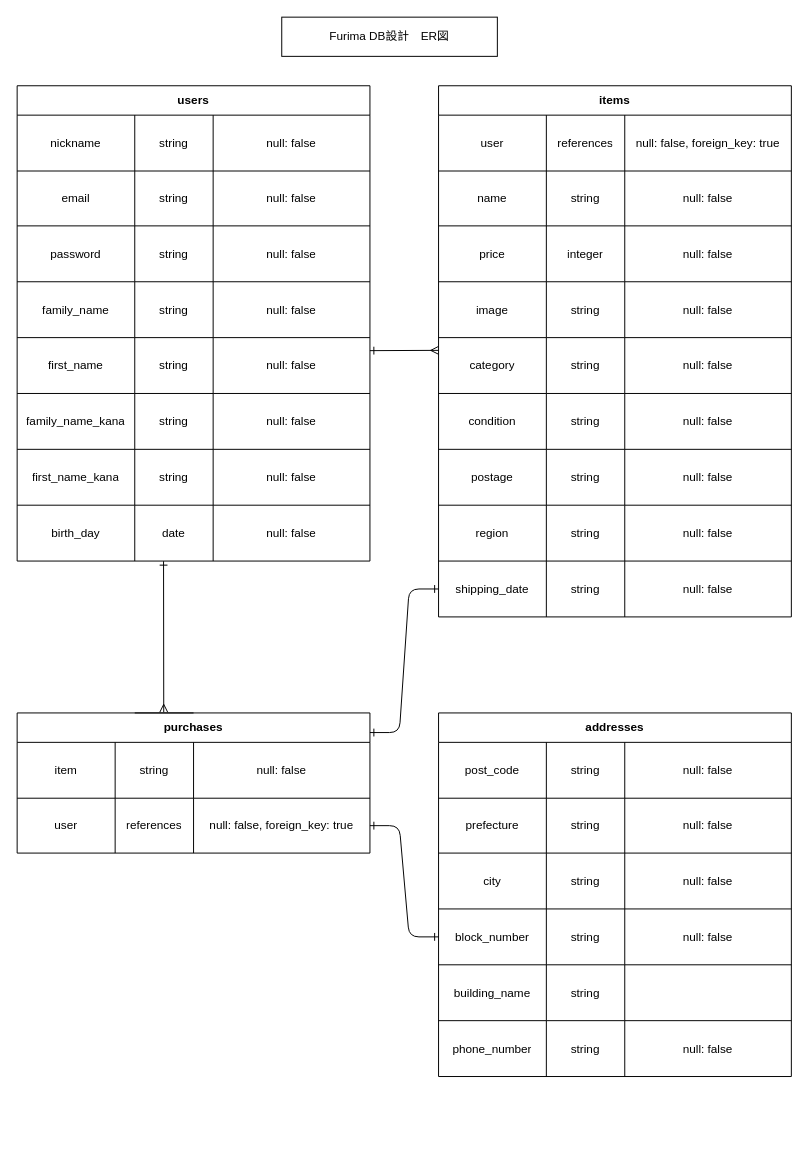
yudai-1/furima-30611 keeps this draw.io diagram as furima.dio. Above is the earlier version. Source tidied: cells renumbered, new cells numbered last; positions are measured from the earlier drawing's top-left corner, leaving out a move shared by most shapes. Both pictures are drawn from the tidied source at 98%, with x=0, y=0 at pixel (17, 17).
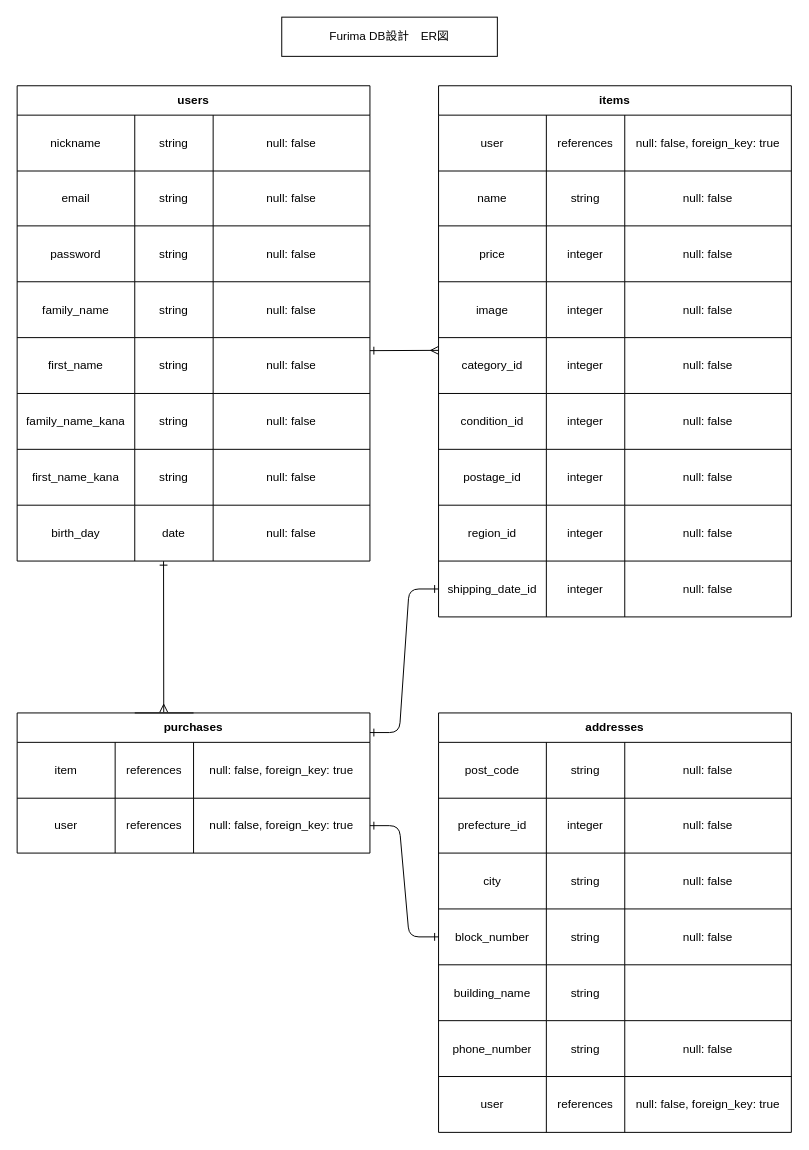
The same diagram, later.

Commit message (it also covers changes not shown here):
データベース設計訂正

The change refers to these unchanged cells:
```xml
<mxCell id="16" style="shape=partialRectangle;html=1;whiteSpace=wrap;fillColor=none;top=0;left=0;bottom=0;right=0;" parent="3" vertex="1">
  <mxGeometry y="200" width="360" height="57" as="geometry" />
</mxCell>
<mxCell id="20" style="shape=partialRectangle;html=1;whiteSpace=wrap;fillColor=none;top=0;left=0;bottom=0;right=0;" parent="3" vertex="1">
  <mxGeometry y="257" width="360" height="57" as="geometry" />
</mxCell>
<mxCell id="24" style="shape=partialRectangle;html=1;whiteSpace=wrap;fillColor=none;top=0;left=0;bottom=0;right=0;" parent="3" vertex="1">
  <mxGeometry y="314" width="360" height="57" as="geometry" />
</mxCell>
<mxCell id="28" style="shape=partialRectangle;html=1;whiteSpace=wrap;fillColor=none;top=0;left=0;bottom=0;right=0;" parent="3" vertex="1">
  <mxGeometry y="371" width="360" height="57" as="geometry" />
</mxCell>
<mxCell id="32" style="shape=partialRectangle;html=1;whiteSpace=wrap;fillColor=none;top=0;left=0;bottom=0;right=0;" parent="3" vertex="1">
  <mxGeometry y="428" width="360" height="57" as="geometry" />
</mxCell>
<mxCell id="36" style="shape=partialRectangle;html=1;whiteSpace=wrap;fillColor=none;top=0;left=0;bottom=0;right=0;points=[[0,0.5],[1,0.5]];portConstraint=eastwest;" parent="3" vertex="1">
  <mxGeometry y="485" width="360" height="57" as="geometry" />
</mxCell>
<mxCell id="74" style="shape=partialRectangle;html=1;whiteSpace=wrap;fillColor=none;top=0;left=0;bottom=0;right=0;" parent="73" vertex="1">
  <mxGeometry y="30" width="360" height="57" as="geometry" />
</mxCell>
<mxCell id="87" style="shape=partialRectangle;html=1;whiteSpace=wrap;fillColor=none;top=0;left=0;bottom=0;right=0;" parent="82" vertex="1">
  <mxGeometry y="87" width="360" height="56" as="geometry" />
</mxCell>
```

The edit, as a diff of the source:
```diff
@@
-    <mxCell id="18" value="&lt;span&gt;string&lt;/span&gt;" style="shape=partialRectangle;html=1;whiteSpace=wrap;fillColor=none;top=0;left=0;bottom=0;right=0;overflow=hidden;" parent="16" vertex="1">
+    <mxCell id="18" value="&lt;span&gt;integer&lt;/span&gt;" style="shape=partialRectangle;html=1;whiteSpace=wrap;fillColor=none;top=0;left=0;bottom=0;right=0;overflow=hidden;" parent="16" vertex="1">
       <mxGeometry x="110" width="80" height="57" as="geometry" />
     </mxCell>
@@
-    <mxCell id="21" value="category" style="shape=partialRectangle;html=1;whiteSpace=wrap;fillColor=none;top=0;left=0;bottom=0;right=0;overflow=hidden;" parent="20" vertex="1">
+    <mxCell id="21" value="category_id" style="shape=partialRectangle;html=1;whiteSpace=wrap;fillColor=none;top=0;left=0;bottom=0;right=0;overflow=hidden;" parent="20" vertex="1">
       <mxGeometry width="110" height="57" as="geometry" />
     </mxCell>
-    <mxCell id="22" value="&lt;span&gt;string&lt;/span&gt;" style="shape=partialRectangle;html=1;whiteSpace=wrap;fillColor=none;top=0;left=0;bottom=0;right=0;overflow=hidden;" parent="20" vertex="1">
+    <mxCell id="22" value="&lt;span&gt;integer&lt;/span&gt;" style="shape=partialRectangle;html=1;whiteSpace=wrap;fillColor=none;top=0;left=0;bottom=0;right=0;overflow=hidden;" parent="20" vertex="1">
       <mxGeometry x="110" width="80" height="57" as="geometry" />
     </mxCell>
@@
-    <mxCell id="25" value="condition" style="shape=partialRectangle;html=1;whiteSpace=wrap;fillColor=none;top=0;left=0;bottom=0;right=0;overflow=hidden;" parent="24" vertex="1">
+    <mxCell id="25" value="condition_id" style="shape=partialRectangle;html=1;whiteSpace=wrap;fillColor=none;top=0;left=0;bottom=0;right=0;overflow=hidden;" parent="24" vertex="1">
       <mxGeometry width="110" height="57" as="geometry" />
     </mxCell>
-    <mxCell id="26" value="&lt;span&gt;string&lt;/span&gt;" style="shape=partialRectangle;html=1;whiteSpace=wrap;fillColor=none;top=0;left=0;bottom=0;right=0;overflow=hidden;" parent="24" vertex="1">
+    <mxCell id="26" value="&lt;span&gt;integer&lt;/span&gt;" style="shape=partialRectangle;html=1;whiteSpace=wrap;fillColor=none;top=0;left=0;bottom=0;right=0;overflow=hidden;" parent="24" vertex="1">
       <mxGeometry x="110" width="80" height="57" as="geometry" />
     </mxCell>
@@
-    <mxCell id="29" value="postage" style="shape=partialRectangle;html=1;whiteSpace=wrap;fillColor=none;top=0;left=0;bottom=0;right=0;overflow=hidden;" parent="28" vertex="1">
+    <mxCell id="29" value="postage_id" style="shape=partialRectangle;html=1;whiteSpace=wrap;fillColor=none;top=0;left=0;bottom=0;right=0;overflow=hidden;" parent="28" vertex="1">
       <mxGeometry width="110" height="57" as="geometry" />
     </mxCell>
-    <mxCell id="30" value="&lt;span&gt;string&lt;/span&gt;" style="shape=partialRectangle;html=1;whiteSpace=wrap;fillColor=none;top=0;left=0;bottom=0;right=0;overflow=hidden;" parent="28" vertex="1">
+    <mxCell id="30" value="&lt;span&gt;integer&lt;/span&gt;" style="shape=partialRectangle;html=1;whiteSpace=wrap;fillColor=none;top=0;left=0;bottom=0;right=0;overflow=hidden;" parent="28" vertex="1">
       <mxGeometry x="110" width="80" height="57" as="geometry" />
     </mxCell>
@@
-    <mxCell id="33" value="region" style="shape=partialRectangle;html=1;whiteSpace=wrap;fillColor=none;top=0;left=0;bottom=0;right=0;overflow=hidden;" parent="32" vertex="1">
+    <mxCell id="33" value="region_id" style="shape=partialRectangle;html=1;whiteSpace=wrap;fillColor=none;top=0;left=0;bottom=0;right=0;overflow=hidden;" parent="32" vertex="1">
       <mxGeometry width="110" height="57" as="geometry" />
     </mxCell>
-    <mxCell id="34" value="&lt;span&gt;string&lt;/span&gt;" style="shape=partialRectangle;html=1;whiteSpace=wrap;fillColor=none;top=0;left=0;bottom=0;right=0;overflow=hidden;" parent="32" vertex="1">
+    <mxCell id="34" value="&lt;span&gt;integer&lt;/span&gt;" style="shape=partialRectangle;html=1;whiteSpace=wrap;fillColor=none;top=0;left=0;bottom=0;right=0;overflow=hidden;" parent="32" vertex="1">
       <mxGeometry x="110" width="80" height="57" as="geometry" />
     </mxCell>
@@
-    <mxCell id="37" value="shipping_date" style="shape=partialRectangle;html=1;whiteSpace=wrap;fillColor=none;top=0;left=0;bottom=0;right=0;overflow=hidden;" parent="36" vertex="1">
+    <mxCell id="37" value="shipping_date_id" style="shape=partialRectangle;html=1;whiteSpace=wrap;fillColor=none;top=0;left=0;bottom=0;right=0;overflow=hidden;" parent="36" vertex="1">
       <mxGeometry width="110" height="57" as="geometry" />
     </mxCell>
-    <mxCell id="38" value="&lt;span&gt;string&lt;/span&gt;" style="shape=partialRectangle;html=1;whiteSpace=wrap;fillColor=none;top=0;left=0;bottom=0;right=0;overflow=hidden;" parent="36" vertex="1">
+    <mxCell id="38" value="&lt;span&gt;integer&lt;/span&gt;" style="shape=partialRectangle;html=1;whiteSpace=wrap;fillColor=none;top=0;left=0;bottom=0;right=0;overflow=hidden;" parent="36" vertex="1">
       <mxGeometry x="110" width="80" height="57" as="geometry" />
     </mxCell>
@@
-    <mxCell id="76" value="string" style="shape=partialRectangle;html=1;whiteSpace=wrap;fillColor=none;top=0;left=0;bottom=0;right=0;overflow=hidden;" parent="74" vertex="1">
+    <mxCell id="76" value="&lt;span&gt;references&lt;/span&gt;" style="shape=partialRectangle;html=1;whiteSpace=wrap;fillColor=none;top=0;left=0;bottom=0;right=0;overflow=hidden;" parent="74" vertex="1">
       <mxGeometry x="100" width="80" height="57" as="geometry" />
     </mxCell>
-    <mxCell id="77" value="&lt;span&gt;null: false&lt;/span&gt;" style="shape=partialRectangle;html=1;whiteSpace=wrap;fillColor=none;top=0;left=0;bottom=0;right=0;overflow=hidden;" parent="74" vertex="1">
+    <mxCell id="77" value="&lt;span&gt;null: false, foreign_key: true&lt;/span&gt;" style="shape=partialRectangle;html=1;whiteSpace=wrap;fillColor=none;top=0;left=0;bottom=0;right=0;overflow=hidden;" parent="74" vertex="1">
       <mxGeometry x="180" width="180" height="57" as="geometry" />
     </mxCell>
@@
     <mxCell id="82" value="addresses" style="shape=table;html=1;whiteSpace=wrap;startSize=30;childLayout=tableLayout;fontStyle=1;align=center;" parent="1" vertex="1">
-      <mxGeometry x="430" y="710" width="360" height="371" as="geometry" />
+      <mxGeometry x="430" y="710" width="360" height="428" as="geometry" />
     </mxCell>
@@
-    <mxCell id="88" value="prefecture" style="shape=partialRectangle;html=1;whiteSpace=wrap;fillColor=none;top=0;left=0;bottom=0;right=0;overflow=hidden;" parent="87" vertex="1">
+    <mxCell id="88" value="prefecture_id" style="shape=partialRectangle;html=1;whiteSpace=wrap;fillColor=none;top=0;left=0;bottom=0;right=0;overflow=hidden;" parent="87" vertex="1">
       <mxGeometry width="110" height="56" as="geometry" />
     </mxCell>
-    <mxCell id="89" value="&lt;span&gt;string&lt;/span&gt;" style="shape=partialRectangle;html=1;whiteSpace=wrap;fillColor=none;top=0;left=0;bottom=0;right=0;overflow=hidden;" parent="87" vertex="1">
+    <mxCell id="89" value="integer" style="shape=partialRectangle;html=1;whiteSpace=wrap;fillColor=none;top=0;left=0;bottom=0;right=0;overflow=hidden;" parent="87" vertex="1">
       <mxGeometry x="110" width="80" height="56" as="geometry" />
     </mxCell>
@@
+    <mxCell id="112" style="shape=partialRectangle;html=1;whiteSpace=wrap;fillColor=none;top=0;left=0;bottom=0;right=0;" parent="82" vertex="1">
+      <mxGeometry y="371" width="360" height="57" as="geometry" />
+    </mxCell>
+    <mxCell id="113" value="user" style="shape=partialRectangle;html=1;whiteSpace=wrap;fillColor=none;top=0;left=0;bottom=0;right=0;overflow=hidden;" parent="112" vertex="1">
+      <mxGeometry width="110" height="57" as="geometry" />
+    </mxCell>
+    <mxCell id="114" value="&lt;span&gt;references&lt;/span&gt;" style="shape=partialRectangle;html=1;whiteSpace=wrap;fillColor=none;top=0;left=0;bottom=0;right=0;overflow=hidden;" parent="112" vertex="1">
+      <mxGeometry x="110" width="80" height="57" as="geometry" />
+    </mxCell>
+    <mxCell id="115" value="&lt;span&gt;null: false, foreign_key: true&lt;/span&gt;" style="shape=partialRectangle;html=1;whiteSpace=wrap;fillColor=none;top=0;left=0;bottom=0;right=0;overflow=hidden;" parent="112" vertex="1">
+      <mxGeometry x="190" width="170" height="57" as="geometry" />
+    </mxCell>
```
